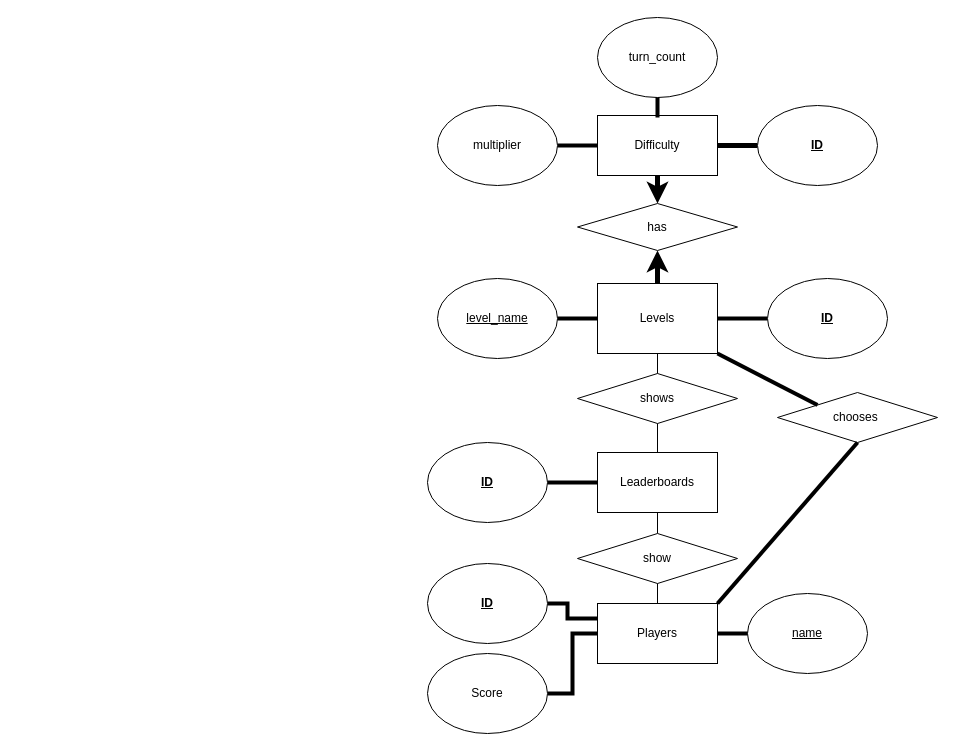
Juju-Beans/Scramble keeps this draw.io diagram as scramble_erd.drawio. Above is the earlier version. Source tidied: cells renumbered, new cells numbered last; positions are measured from the earlier drawing's top-left corner, leaving out a move shared by most shapes. Both pictures are drawn from the tidied source at 100%, with x=0, y=0 at pixel (427, 17).
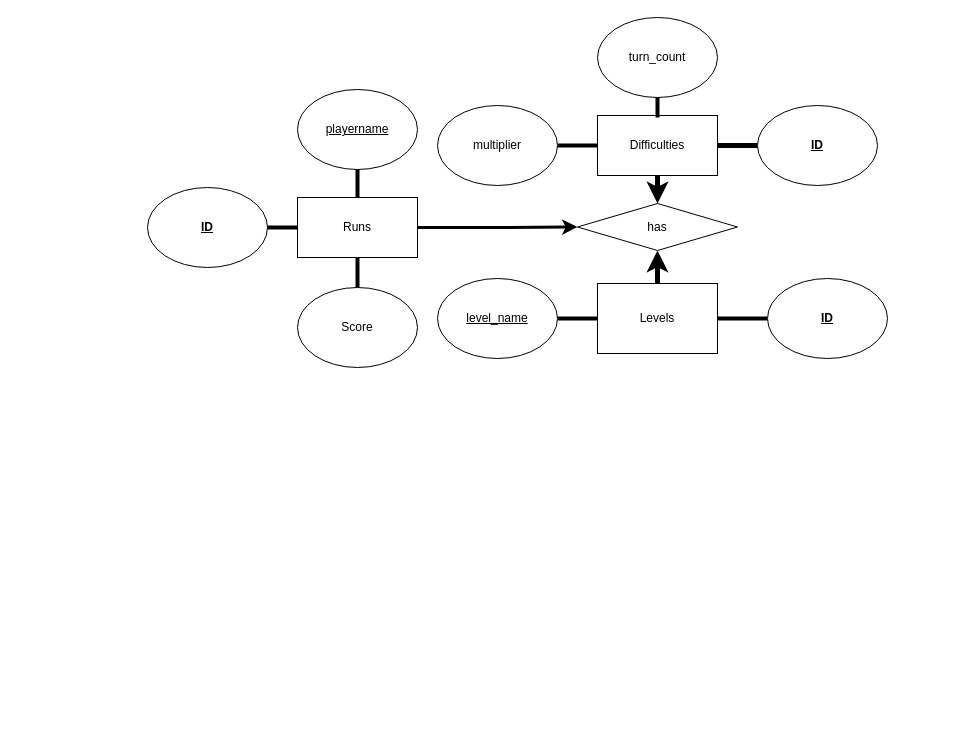
After the change.

Commit message:
modified ERD to match DB

Unchanged cells that the change refers to:
```xml
<mxCell id="16" value="Levels" style="rounded=0;whiteSpace=wrap;html=1;strokeWidth=1;" parent="1" vertex="1">
  <mxGeometry x="170" y="266" width="120" height="70" as="geometry" />
</mxCell>
<mxCell id="32" value="has" style="rhombus;whiteSpace=wrap;html=1;strokeWidth=1;" parent="1" vertex="1">
  <mxGeometry x="150" y="186" width="160" height="47" as="geometry" />
</mxCell>
```

The edit, as a diff of the source:
```diff
@@
-    <mxCell id="2" style="edgeStyle=orthogonalEdgeStyle;rounded=0;jettySize=auto;html=1;endArrow=none;endFill=0;strokeWidth=1;" parent="1" edge="1" source="3" target="12">
-      <mxGeometry relative="1" as="geometry" />
-    </mxCell>
-    <mxCell id="3" value="Players" style="rounded=0;whiteSpace=wrap;html=1;" parent="1" vertex="1">
-      <mxGeometry x="170" y="586" width="120" height="60" as="geometry" />
-    </mxCell>
-    <mxCell id="4" value="Leaderboards" style="rounded=0;whiteSpace=wrap;html=1;" parent="1" vertex="1">
-      <mxGeometry x="170" y="435" width="120" height="60" as="geometry" />
-    </mxCell>
-    <mxCell id="5" style="edgeStyle=orthogonalEdgeStyle;rounded=0;jettySize=auto;html=1;exitX=1;exitY=0.5;exitDx=0;exitDy=0;entryX=0;entryY=0.25;entryDx=0;entryDy=0;endArrow=none;endFill=0;strokeWidth=4;" parent="1" edge="1" source="6" target="3">
-      <mxGeometry relative="1" as="geometry">
-        <Array as="points">
-          <mxPoint x="140" y="586" />
-          <mxPoint x="140" y="601" />
-        </Array>
-      </mxGeometry>
-    </mxCell>
-    <mxCell id="6" value="&lt;b&gt;&lt;u&gt;ID&lt;/u&gt;&lt;/b&gt;" style="ellipse;whiteSpace=wrap;html=1;" parent="1" vertex="1">
-      <mxGeometry y="546" width="120" height="80" as="geometry" />
-    </mxCell>
-    <mxCell id="7" value="&lt;u&gt;name&lt;/u&gt;" style="ellipse;whiteSpace=wrap;html=1;" parent="1" vertex="1">
-      <mxGeometry x="320" y="576" width="120" height="80" as="geometry" />
-    </mxCell>
-    <mxCell id="8" style="endArrow=none;html=1;exitX=1;exitY=0.5;exitDx=0;exitDy=0;strokeWidth=4;" parent="1" edge="1" source="3" target="7">
-      <mxGeometry relative="1" as="geometry" />
-    </mxCell>
-    <mxCell id="9" style="edgeStyle=orthogonalEdgeStyle;rounded=0;jettySize=auto;html=1;endArrow=none;endFill=0;strokeWidth=4;" parent="1" edge="1" source="10" target="3">
-      <mxGeometry relative="1" as="geometry" />
-    </mxCell>
-    <mxCell id="10" value="Score" style="ellipse;whiteSpace=wrap;html=1;strokeWidth=1;" parent="1" vertex="1">
-      <mxGeometry y="636" width="120" height="80" as="geometry" />
-    </mxCell>
-    <mxCell id="11" style="edgeStyle=orthogonalEdgeStyle;rounded=0;jettySize=auto;html=1;endArrow=none;endFill=0;strokeWidth=1;" parent="1" edge="1" source="12" target="4">
-      <mxGeometry relative="1" as="geometry" />
-    </mxCell>
-    <mxCell id="12" value="show" style="rhombus;whiteSpace=wrap;html=1;strokeWidth=1;" parent="1" vertex="1">
-      <mxGeometry x="150" y="516" width="160" height="50" as="geometry" />
-    </mxCell>
-    <mxCell id="13" style="edgeStyle=orthogonalEdgeStyle;rounded=0;jettySize=auto;html=1;endArrow=none;endFill=0;strokeWidth=4;" parent="1" edge="1" source="14" target="4">
-      <mxGeometry relative="1" as="geometry" />
-    </mxCell>
-    <mxCell id="14" value="&lt;b&gt;&lt;u&gt;ID&lt;/u&gt;&lt;/b&gt;" style="ellipse;whiteSpace=wrap;html=1;strokeWidth=1;" parent="1" vertex="1">
-      <mxGeometry y="425" width="120" height="80" as="geometry" />
-    </mxCell>
@@
-    <mxCell id="19" value="shows" style="rhombus;whiteSpace=wrap;html=1;strokeWidth=1;" parent="1" vertex="1">
-      <mxGeometry x="150" y="356" width="160" height="50" as="geometry" />
-    </mxCell>
-    <mxCell id="20" style="endArrow=none;html=1;strokeWidth=1;entryX=0.5;entryY=1;entryDx=0;entryDy=0;" parent="1" edge="1" source="4" target="19">
-      <mxGeometry relative="1" as="geometry" />
-    </mxCell>
-    <mxCell id="21" style="endArrow=none;html=1;strokeWidth=1;entryX=0.5;entryY=0;entryDx=0;entryDy=0;" parent="1" edge="1" source="16" target="19">
-      <mxGeometry relative="1" as="geometry" />
-    </mxCell>
@@
-    <mxCell id="26" value="Difficulty" style="rounded=0;whiteSpace=wrap;html=1;strokeWidth=1;" parent="1" vertex="1">
+    <mxCell id="26" value="Difficulties" style="rounded=0;whiteSpace=wrap;html=1;strokeWidth=1;" parent="1" vertex="1">
       <mxGeometry x="170" y="98" width="120" height="60" as="geometry" />
     </mxCell>
@@
-    <mxCell id="33" value="chooses&amp;nbsp;" style="rhombus;whiteSpace=wrap;html=1;strokeWidth=1;" parent="1" vertex="1">
-      <mxGeometry x="350" y="375" width="160" height="50" as="geometry" />
-    </mxCell>
-    <mxCell id="34" style="endArrow=none;html=1;strokeWidth=4;entryX=1;entryY=1;entryDx=0;entryDy=0;exitX=0;exitY=0;exitDx=0;exitDy=0;" parent="1" edge="1" source="33" target="16">
-      <mxGeometry relative="1" as="geometry" />
-    </mxCell>
-    <mxCell id="35" style="endArrow=none;html=1;exitX=1;exitY=0;exitDx=0;exitDy=0;entryX=0.5;entryY=1;entryDx=0;entryDy=0;strokeWidth=4;" parent="1" edge="1" source="3" target="33">
-      <mxGeometry relative="1" as="geometry" />
-    </mxCell>
+    <mxCell id="36" style="group;" parent="1" vertex="1">
+      <mxGeometry x="-410" y="158" width="450" height="192" as="geometry" />
+    </mxCell>
+    <mxCell id="37" style="group;" parent="36" vertex="1">
+      <mxGeometry x="130" y="12" width="270" height="80" as="geometry" />
+    </mxCell>
+    <mxCell id="38" value="Runs" style="rounded=0;whiteSpace=wrap;html=1;" parent="37" vertex="1">
+      <mxGeometry x="150" y="10" width="120" height="60" as="geometry" />
+    </mxCell>
+    <mxCell id="6" value="&lt;b&gt;&lt;u&gt;ID&lt;/u&gt;&lt;/b&gt;" style="ellipse;whiteSpace=wrap;html=1;" parent="37" vertex="1">
+      <mxGeometry width="120" height="80" as="geometry" />
+    </mxCell>
+    <mxCell id="39" style="edgeStyle=orthogonalEdgeStyle;rounded=0;jettySize=auto;html=1;endArrow=none;endFill=0;strokeWidth=4;entryX=1;entryY=0.5;entryDx=0;entryDy=0;exitX=0;exitY=0.5;exitDx=0;exitDy=0;" parent="37" edge="1" source="38" target="6">
+      <mxGeometry relative="1" as="geometry" />
+    </mxCell>
+    <mxCell id="10" value="Score" style="ellipse;whiteSpace=wrap;html=1;strokeWidth=1;" parent="36" vertex="1">
+      <mxGeometry x="280" y="112" width="120" height="80" as="geometry" />
+    </mxCell>
+    <mxCell id="40" style="edgeStyle=orthogonalEdgeStyle;rounded=0;jettySize=auto;html=1;endArrow=none;endFill=0;strokeWidth=4;entryX=0.5;entryY=1;entryDx=0;entryDy=0;" parent="36" edge="1" source="10" target="38">
+      <mxGeometry relative="1" as="geometry" />
+    </mxCell>
+    <mxCell id="41" value="&lt;u&gt;playername&lt;/u&gt;" style="ellipse;whiteSpace=wrap;html=1;" parent="36" vertex="1">
+      <mxGeometry x="280" y="-86" width="120" height="80" as="geometry" />
+    </mxCell>
+    <mxCell id="42" style="endArrow=none;html=1;exitX=0.5;exitY=0;exitDx=0;exitDy=0;strokeWidth=4;" parent="36" edge="1" source="38" target="41">
+      <mxGeometry relative="1" as="geometry" />
+    </mxCell>
+    <mxCell id="43" style="endArrow=classic;html=1;exitX=1;exitY=0.5;exitDx=0;exitDy=0;entryX=0;entryY=0.5;entryDx=0;entryDy=0;shadow=0;strokeWidth=3;" parent="1" edge="1" source="38" target="32">
+      <mxGeometry relative="1" as="geometry">
+        <Array as="points">
+          <mxPoint x="70" y="210" />
+        </Array>
+      </mxGeometry>
+    </mxCell>
```
